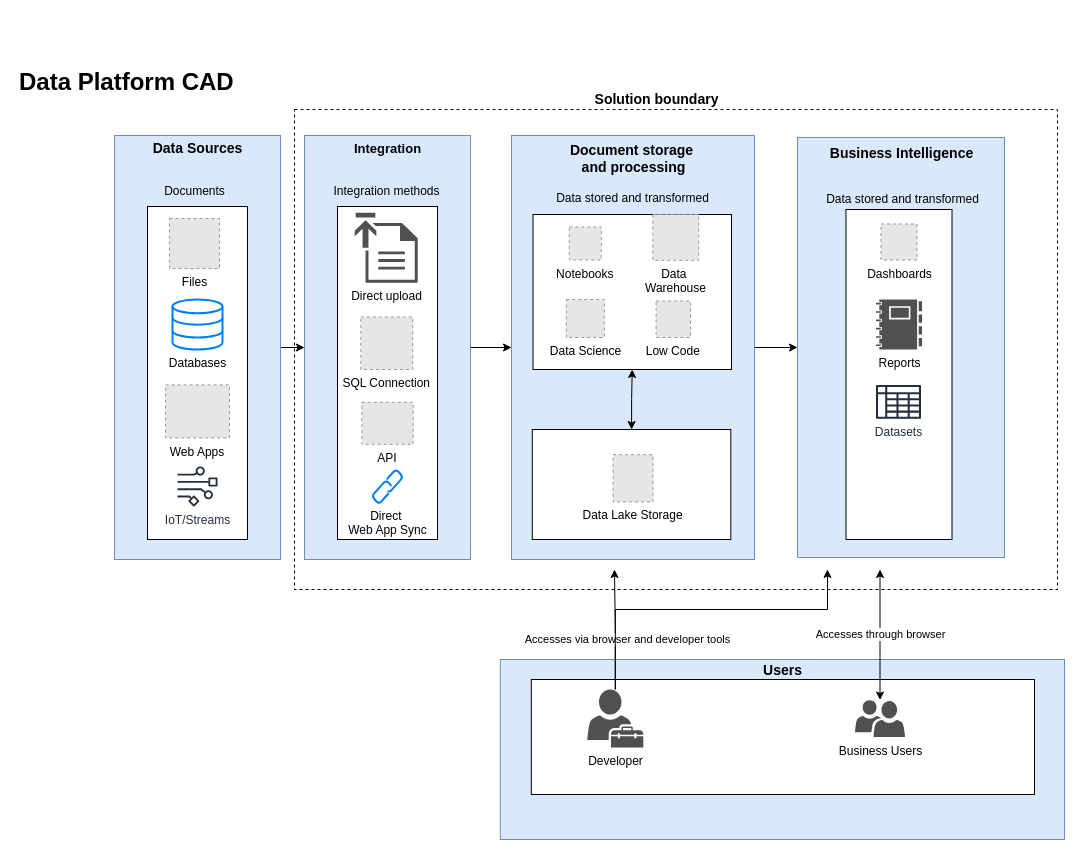
Before: page "CAD-new" (6 of 9) of CCM Architecture.drawio in oliver-wolffe/diagrams, a draw.io diagram. Source tidied: cells renumbered, new cells numbered last; positions are measured from the earlier drawing's top-left corner, leaving out a move shared by most shapes. Both pictures are drawn from the tidied source at 100%, with x=0, y=0 at pixel (17, 47). Pictures stored in the file or linked from it are replaced by grey dashed boxes.
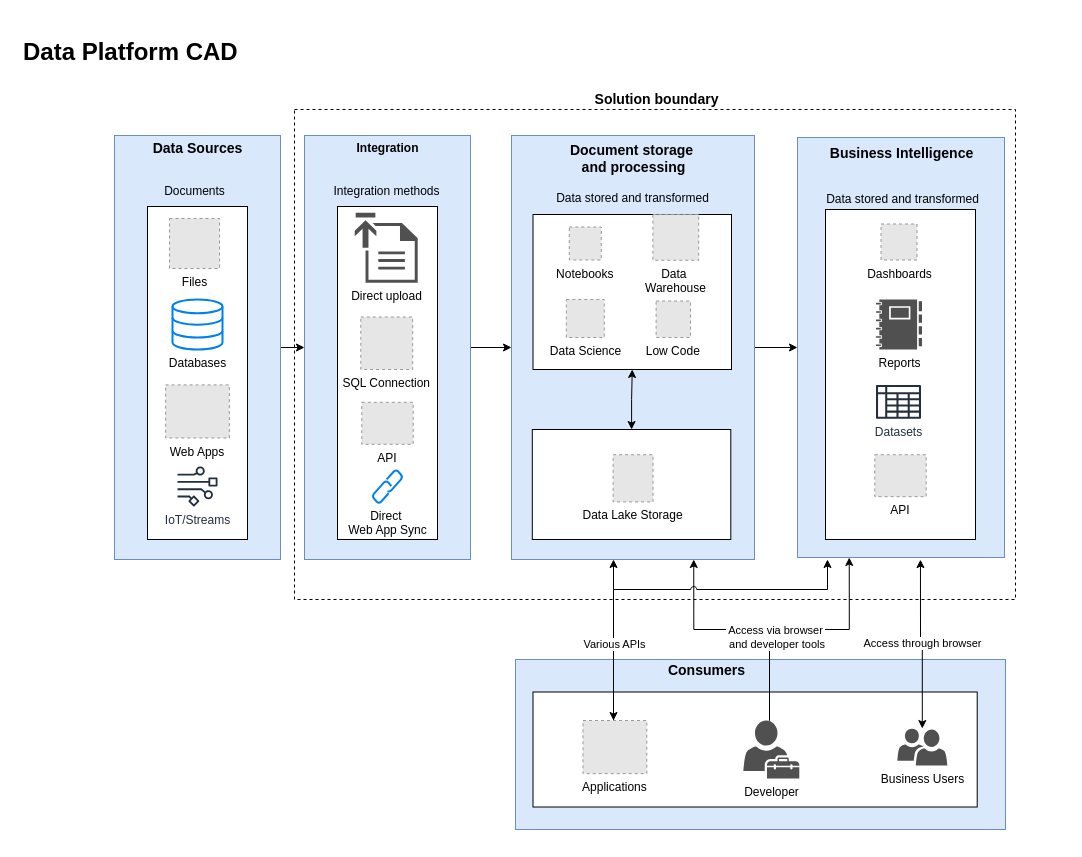
The same page after the edit.

The change refers to these unchanged cells:
```xml
<mxCell id="19" style="rounded=0;whiteSpace=wrap;html=1;fillColor=#dae8fc;strokeColor=#6c8ebf;" parent="1" vertex="1">
  <mxGeometry x="494" y="88" width="243" height="424" as="geometry" />
</mxCell>
<mxCell id="30" style="rounded=0;whiteSpace=wrap;html=1;fillColor=#dae8fc;strokeColor=#6c8ebf;" parent="1" vertex="1">
  <mxGeometry x="780" y="90" width="207" height="420" as="geometry" />
</mxCell>
```

Diff of the diagram source:
```diff
@@
     <mxCell id="2" style="rounded=0;whiteSpace=wrap;html=1;dashed=1;fillColor=none;" parent="1" vertex="1">
-      <mxGeometry x="277" y="62" width="763" height="480" as="geometry" />
+      <mxGeometry x="277" y="62" width="721" height="490" as="geometry" />
     </mxCell>
     <mxCell id="3" style="rounded=0;whiteSpace=wrap;html=1;fillColor=#dae8fc;strokeColor=#6c8ebf;" parent="1" vertex="1">
-      <mxGeometry x="482.8" y="612" width="564.2" height="180" as="geometry" />
+      <mxGeometry x="498" y="612" width="490" height="170" as="geometry" />
     </mxCell>
     <mxCell id="4" style="rounded=0;whiteSpace=wrap;html=1;" parent="1" vertex="1">
-      <mxGeometry x="513.8" y="632" width="503.2" height="115" as="geometry" />
+      <mxGeometry x="515.5" y="644.5" width="444.2" height="115" as="geometry" />
     </mxCell>
@@
-    <mxCell id="15" value="Integration" style="text;html=1;align=center;verticalAlign=middle;strokeColor=none;fillColor=none;fontStyle=1;fontSize=13;" parent="1" vertex="1">
+    <mxCell id="15" value="Integration" style="text;html=1;align=center;verticalAlign=middle;strokeColor=none;fillColor=none;fontStyle=1;fontSize=12;fontFamily=Helvetica;fontColor=default;" parent="1" vertex="1">
       <mxGeometry x="330" y="86" width="80" height="30" as="geometry" />
     </mxCell>
@@
     <mxCell id="23" style="edgeStyle=orthogonalEdgeStyle;rounded=0;orthogonalLoop=1;jettySize=auto;html=1;" parent="1" edge="1">
       <mxGeometry relative="1" as="geometry">
-        <mxPoint x="533.8" y="223.6" as="sourcePoint" />
+        <mxPoint x="516.8" y="193.6" as="sourcePoint" />
       </mxGeometry>
     </mxCell>
     <mxCell id="24" style="edgeStyle=orthogonalEdgeStyle;rounded=0;orthogonalLoop=1;jettySize=auto;html=1;entryX=-0.058;entryY=0.479;entryDx=0;entryDy=0;entryPerimeter=0;" parent="1" edge="1">
       <mxGeometry relative="1" as="geometry">
-        <mxPoint x="608.8" y="223.3" as="sourcePoint" />
+        <mxPoint x="591.8" y="193.3" as="sourcePoint" />
       </mxGeometry>
     </mxCell>
+    <mxCell id="52" style="edgeStyle=orthogonalEdgeStyle;rounded=0;jettySize=auto;html=1;entryX=0.75;entryY=1;entryDx=0;entryDy=0;" parent="1" edge="1" source="26" target="19">
+      <mxGeometry relative="1" as="geometry">
+        <Array as="points">
+          <mxPoint x="752" y="582" />
+          <mxPoint x="676" y="582" />
+        </Array>
+      </mxGeometry>
+    </mxCell>
-    <mxCell id="25" value="Accesses via browser and developer tools" style="edgeStyle=orthogonalEdgeStyle;rounded=0;jettySize=auto;html=1;" parent="1" edge="1" source="26">
-      <mxGeometry x="-0.17" y="-12" relative="1" as="geometry">
-        <mxPoint x="597" y="522" as="targetPoint" />
+    <mxCell id="25" value="Access via browser&lt;div&gt;&amp;nbsp;and developer tools&lt;/div&gt;" style="edgeStyle=orthogonalEdgeStyle;rounded=0;jettySize=auto;html=1;entryX=0.25;entryY=1;entryDx=0;entryDy=0;" parent="1" edge="1" source="26" target="30">
+      <mxGeometry x="-0.32" y="-6" relative="1" as="geometry">
+        <Array as="points">
+          <mxPoint x="752" y="582" />
+          <mxPoint x="832" y="582" />
+        </Array>
       </mxGeometry>
     </mxCell>
     <mxCell id="26" value="Developer" style="sketch=0;shadow=0;dashed=0;html=1;strokeColor=none;fillColor=#505050;labelPosition=center;verticalLabelPosition=bottom;verticalAlign=top;outlineConnect=0;align=center;shape=mxgraph.office.users.tenant_admin;" parent="1" vertex="1">
-      <mxGeometry x="569.8" y="642" width="56" height="58" as="geometry" />
+      <mxGeometry x="725.8" y="673" width="56" height="58" as="geometry" />
     </mxCell>
-    <mxCell id="27" value="Accesses through browser" style="edgeStyle=orthogonalEdgeStyle;rounded=0;jettySize=auto;html=1;startArrow=classic;startFill=1;" parent="1" edge="1" source="28">
-      <mxGeometry relative="1" as="geometry">
-        <mxPoint x="862.5" y="522" as="targetPoint" />
-      </mxGeometry>
+    <mxCell id="27" value="Access through browser" style="edgeStyle=orthogonalEdgeStyle;rounded=0;jettySize=auto;html=1;startArrow=classic;startFill=1;entryX=0.594;entryY=1.005;entryDx=0;entryDy=0;entryPerimeter=0;" parent="1" edge="1" source="28" target="30">
+      <mxGeometry relative="1" as="geometry" />
     </mxCell>
     <mxCell id="28" value="Business Users" style="sketch=0;shadow=0;dashed=0;html=1;strokeColor=none;labelPosition=center;verticalLabelPosition=bottom;verticalAlign=top;align=center;fillColor=#505050;shape=mxgraph.mscae.intune.user_group;" parent="1" vertex="1">
-      <mxGeometry x="837.5" y="652.5" width="50" height="37" as="geometry" />
+      <mxGeometry x="879.8" y="681" width="50" height="37" as="geometry" />
     </mxCell>
     <mxCell id="29" value="&lt;h1&gt;Data Platform CAD&lt;/h1&gt;" style="text;html=1;align=left;verticalAlign=middle;strokeColor=none;fillColor=none;fontColor=#000000;" parent="1" vertex="1">
-      <mxGeometry width="240" height="70" as="geometry" />
+      <mxGeometry x="4" y="-30" width="240" height="70" as="geometry" />
     </mxCell>
@@
     <mxCell id="32" style="rounded=0;whiteSpace=wrap;html=1;" parent="1" vertex="1">
-      <mxGeometry x="828.5" y="162" width="106" height="330" as="geometry" />
+      <mxGeometry x="808" y="162" width="150" height="330" as="geometry" />
     </mxCell>
@@
-    <mxCell id="34" value="&lt;h3&gt;Users&lt;/h3&gt;" style="text;html=1;align=center;verticalAlign=middle;strokeColor=none;fillColor=none;" parent="1" vertex="1">
-      <mxGeometry x="734.9" y="592.5" width="60" height="60" as="geometry" />
+    <mxCell id="34" value="&lt;h3&gt;Consumers&lt;/h3&gt;" style="text;html=1;align=center;verticalAlign=middle;strokeColor=none;fillColor=none;" parent="1" vertex="1">
+      <mxGeometry x="638.6" y="592.5" width="100" height="60" as="geometry" />
     </mxCell>
@@
-    <mxCell id="51" style="edgeStyle=orthogonalEdgeStyle;rounded=0;jettySize=auto;html=1;" parent="1" edge="1" source="26">
-      <mxGeometry relative="1" as="geometry">
-        <mxPoint x="810" y="522" as="targetPoint" />
-        <Array as="points">
-          <mxPoint x="598" y="562" />
-          <mxPoint x="810" y="562" />
-        </Array>
-      </mxGeometry>
-    </mxCell>
+    <mxCell id="53" value="API" style="fillColor=#E6E6E6;strokeColor=#999999;dashed=1;verticalLabelPosition=bottom;labelBackgroundColor=default;verticalAlign=top;" parent="1" vertex="1">
+      <mxGeometry x="857.3" y="407.2" width="51.4" height="42" as="geometry" />
+    </mxCell>
+    <mxCell id="54" style="edgeStyle=orthogonalEdgeStyle;rounded=0;jettySize=auto;html=1;jumpStyle=arc;" parent="1" edge="1" source="57">
+      <mxGeometry relative="1" as="geometry">
+        <mxPoint x="810" y="512" as="targetPoint" />
+        <Array as="points">
+          <mxPoint x="596" y="542" />
+          <mxPoint x="810" y="542" />
+        </Array>
+      </mxGeometry>
+    </mxCell>
+    <mxCell id="55" style="edgeStyle=orthogonalEdgeStyle;rounded=0;jettySize=auto;html=1;startArrow=classic;startFill=1;" parent="1" edge="1" source="57">
+      <mxGeometry relative="1" as="geometry">
+        <mxPoint x="596" y="512" as="targetPoint" />
+        <Array as="points">
+          <mxPoint x="596" y="512" />
+        </Array>
+      </mxGeometry>
+    </mxCell>
+    <mxCell id="56" value="Various APIs" style="edgeLabel;html=1;align=center;verticalAlign=middle;" parent="55" vertex="1">
+      <mxGeometry x="-0.23" y="3" relative="1" as="geometry">
+        <mxPoint x="3" y="-15" as="offset" />
+      </mxGeometry>
+    </mxCell>
+    <mxCell id="57" value="Applications" style="fillColor=#E6E6E6;strokeColor=#999999;dashed=1;verticalLabelPosition=bottom;labelBackgroundColor=default;verticalAlign=top;" parent="1" vertex="1">
+      <mxGeometry x="565.5" y="673" width="63.8" height="53.1" as="geometry" />
+    </mxCell>
```
